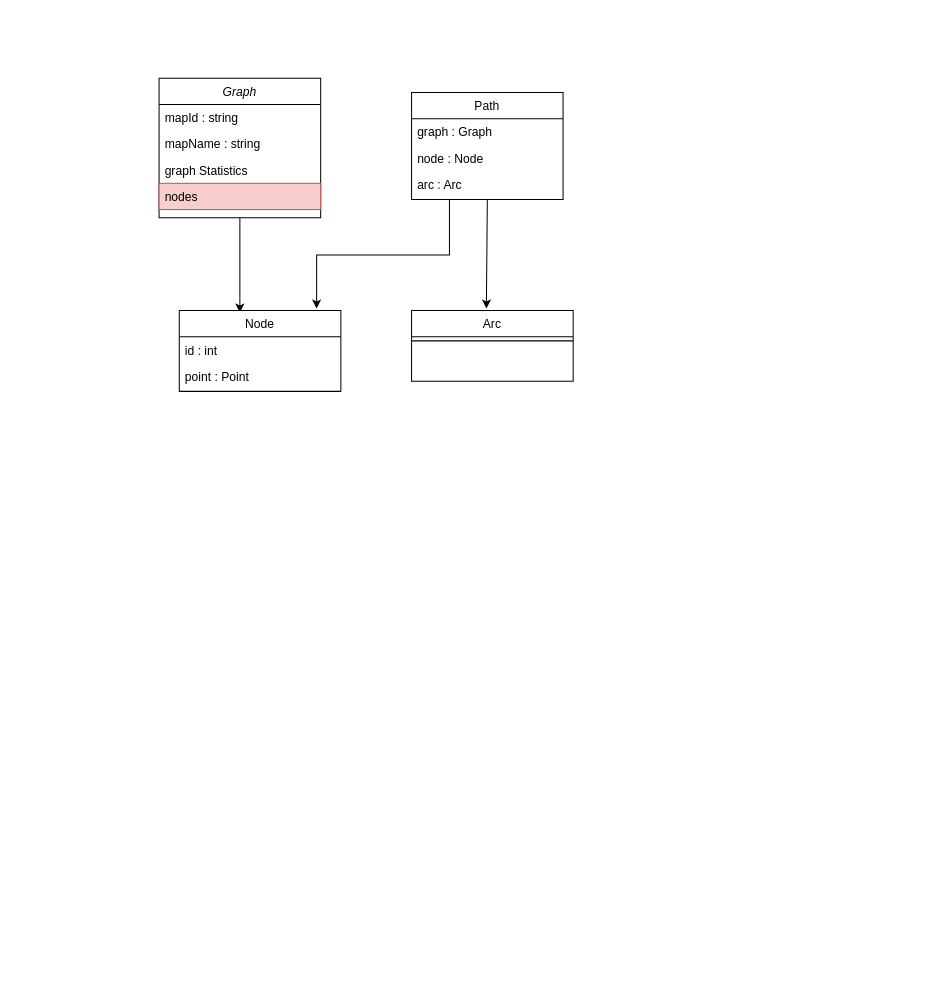
Earlier version of the draw.io diagram UML_BE_Graphes.drawio (leoniegtt/BE-Graphes). Source tidied: cells renumbered, new cells numbered last; positions are measured from the earlier drawing's top-left corner, leaving out a move shared by most shapes. Both pictures are drawn from the tidied source at 101%, with x=0, y=0 at pixel (159, 78).
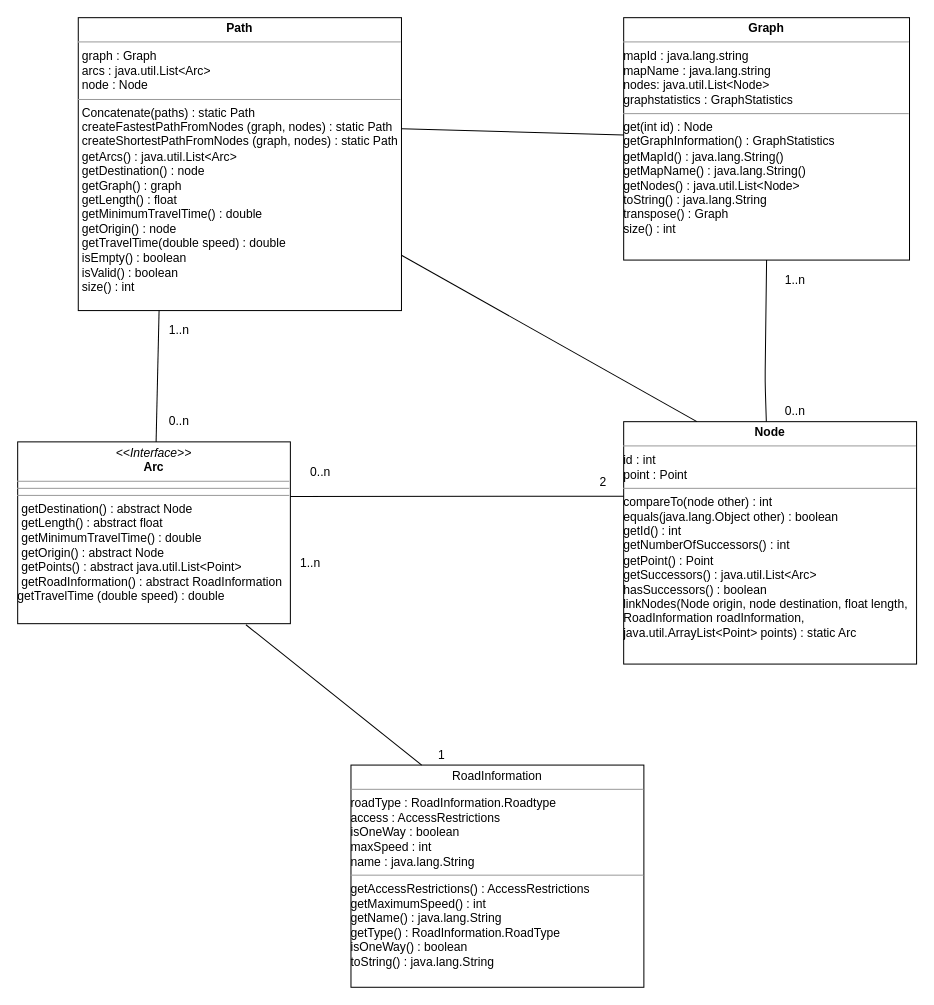
Above is the later version.

The edit, as a diff of the source:
```diff
@@
-    <mxCell id="2" style="edgeStyle=orthogonalEdgeStyle;rounded=0;jettySize=auto;html=1;exitX=0.5;exitY=1;exitDx=0;exitDy=0;entryX=0.375;entryY=0.025;entryDx=0;entryDy=0;entryPerimeter=0;" parent="1" edge="1" source="3" target="8">
-      <mxGeometry relative="1" as="geometry" />
-    </mxCell>
-    <mxCell id="3" value="Graph&#10;" style="swimlane;fontStyle=2;align=center;verticalAlign=top;horizontal=1;startSize=26;rounded=0;shadow=0;strokeWidth=1;" parent="1" vertex="1">
-      <mxGeometry width="160" height="138" as="geometry" />
-    </mxCell>
-    <mxCell id="4" value="mapId : string&#10;&#10;" style="text;align=left;verticalAlign=top;spacingLeft=4;spacingRight=4;overflow=hidden;" parent="3" vertex="1">
-      <mxGeometry y="26" width="160" height="26" as="geometry" />
-    </mxCell>
-    <mxCell id="5" value="mapName : string&#10;" style="text;align=left;verticalAlign=top;spacingLeft=4;spacingRight=4;overflow=hidden;rounded=0;shadow=0;html=0;" parent="3" vertex="1">
-      <mxGeometry y="52" width="160" height="26" as="geometry" />
-    </mxCell>
-    <mxCell id="6" value="graph Statistics" style="text;align=left;verticalAlign=top;spacingLeft=4;spacingRight=4;overflow=hidden;rounded=0;shadow=0;html=0;" parent="3" vertex="1">
-      <mxGeometry y="78" width="160" height="26" as="geometry" />
-    </mxCell>
-    <mxCell id="7" value="nodes" style="text;align=left;verticalAlign=top;spacingLeft=4;spacingRight=4;overflow=hidden;fillColor=#f8cecc;strokeColor=#b85450;" parent="3" vertex="1">
-      <mxGeometry y="104" width="160" height="26" as="geometry" />
-    </mxCell>
-    <mxCell id="8" value="Node" style="swimlane;fontStyle=0;align=center;verticalAlign=top;horizontal=1;startSize=26;rounded=0;shadow=0;strokeWidth=1;" parent="1" vertex="1">
-      <mxGeometry x="20" y="230" width="160" height="80" as="geometry" />
-    </mxCell>
-    <mxCell id="9" value="id : int&#10;" style="text;align=left;verticalAlign=top;spacingLeft=4;spacingRight=4;overflow=hidden;" parent="8" vertex="1">
-      <mxGeometry y="26" width="160" height="26" as="geometry" />
-    </mxCell>
-    <mxCell id="10" value="point : Point&#10;" style="text;align=left;verticalAlign=top;spacingLeft=4;spacingRight=4;overflow=hidden;rounded=0;shadow=0;html=0;" parent="8" vertex="1">
-      <mxGeometry y="52" width="160" height="26" as="geometry" />
-    </mxCell>
-    <mxCell id="11" value="Arc" style="swimlane;fontStyle=0;align=center;verticalAlign=top;horizontal=1;startSize=26;rounded=0;shadow=0;strokeWidth=1;" parent="1" vertex="1">
-      <mxGeometry x="250" y="230" width="160" height="70" as="geometry" />
-    </mxCell>
-    <mxCell id="12" style="line;html=1;strokeWidth=1;align=left;verticalAlign=middle;spacingTop=-1;spacingLeft=3;spacingRight=3;labelPosition=right;" parent="11" vertex="1">
-      <mxGeometry y="26" width="160" height="8" as="geometry" />
-    </mxCell>
-    <mxCell id="13" style="edgeStyle=orthogonalEdgeStyle;rounded=0;jettySize=auto;html=1;entryX=0.463;entryY=-0.029;entryDx=0;entryDy=0;entryPerimeter=0;exitX=0.5;exitY=1;exitDx=0;exitDy=0;" parent="1" edge="1" source="15" target="11">
-      <mxGeometry relative="1" as="geometry">
-        <Array as="points">
-          <mxPoint x="324" y="120" />
-        </Array>
-      </mxGeometry>
-    </mxCell>
-    <mxCell id="14" style="edgeStyle=orthogonalEdgeStyle;rounded=0;jettySize=auto;html=1;exitX=0.25;exitY=1;exitDx=0;exitDy=0;entryX=0.85;entryY=-0.025;entryDx=0;entryDy=0;entryPerimeter=0;" parent="1" edge="1" source="15" target="8">
-      <mxGeometry relative="1" as="geometry" />
-    </mxCell>
-    <mxCell id="15" value="Path" style="swimlane;fontStyle=0;align=center;verticalAlign=top;horizontal=1;startSize=26;rounded=0;shadow=0;strokeWidth=1;" parent="1" vertex="1">
-      <mxGeometry x="250" y="14" width="150" height="106" as="geometry" />
-    </mxCell>
-    <mxCell id="16" value="graph : Graph&#10;" style="text;align=left;verticalAlign=top;spacingLeft=4;spacingRight=4;overflow=hidden;" parent="15" vertex="1">
-      <mxGeometry y="26" width="150" height="26" as="geometry" />
-    </mxCell>
-    <mxCell id="17" value="node : Node&#10;" style="text;align=left;verticalAlign=top;spacingLeft=4;spacingRight=4;overflow=hidden;rounded=0;shadow=0;html=0;" parent="15" vertex="1">
-      <mxGeometry y="52" width="150" height="26" as="geometry" />
-    </mxCell>
-    <mxCell id="18" value="arc : Arc&#10;" style="text;align=left;verticalAlign=top;spacingLeft=4;spacingRight=4;overflow=hidden;rounded=0;shadow=0;html=0;" parent="15" vertex="1">
-      <mxGeometry y="78" width="150" height="26" as="geometry" />
-    </mxCell>
+    <mxCell id="19" value="&lt;p style=&quot;margin: 0px ; margin-top: 4px ; text-align: center&quot;&gt;&lt;b&gt;Path&lt;/b&gt;&lt;br&gt;&lt;/p&gt;&lt;hr size=&quot;1&quot;&gt;&lt;p style=&quot;margin: 0px ; margin-left: 4px&quot;&gt;graph : Graph&lt;/p&gt;&lt;p style=&quot;margin: 0px ; margin-left: 4px&quot;&gt;arcs : java.util.List&amp;lt;Arc&amp;gt;&lt;/p&gt;&lt;p style=&quot;margin: 0px ; margin-left: 4px&quot;&gt;node : Node&lt;br&gt;&lt;/p&gt;&lt;hr size=&quot;1&quot;&gt;&lt;p style=&quot;margin: 0px ; margin-left: 4px&quot;&gt;Concatenate(paths) : static Path&lt;/p&gt;&lt;p style=&quot;margin: 0px ; margin-left: 4px&quot;&gt;createFastestPathFromNodes (graph, nodes) : static Path&lt;/p&gt;&lt;p style=&quot;margin: 0px ; margin-left: 4px&quot;&gt;createShortestPathFromNodes (graph, nodes) : static Path&lt;/p&gt;&lt;p style=&quot;margin: 0px ; margin-left: 4px&quot;&gt;getArcs() : java.util.List&amp;lt;Arc&amp;gt;&lt;/p&gt;&lt;p style=&quot;margin: 0px ; margin-left: 4px&quot;&gt;getDestination() : node&lt;/p&gt;&lt;p style=&quot;margin: 0px ; margin-left: 4px&quot;&gt;getGraph() : graph&lt;/p&gt;&lt;p style=&quot;margin: 0px ; margin-left: 4px&quot;&gt;getLength() : float&lt;/p&gt;&lt;p style=&quot;margin: 0px ; margin-left: 4px&quot;&gt;getMinimumTravelTime() : double&lt;/p&gt;&lt;p style=&quot;margin: 0px ; margin-left: 4px&quot;&gt;getOrigin() : node&lt;/p&gt;&lt;p style=&quot;margin: 0px ; margin-left: 4px&quot;&gt;getTravelTime(double speed) : double&lt;/p&gt;&lt;p style=&quot;margin: 0px ; margin-left: 4px&quot;&gt;isEmpty() : boolean&lt;/p&gt;&lt;p style=&quot;margin: 0px ; margin-left: 4px&quot;&gt;isValid() : boolean&lt;/p&gt;&lt;p style=&quot;margin: 0px ; margin-left: 4px&quot;&gt;size() : int&lt;br&gt;&lt;/p&gt;&lt;p style=&quot;margin: 0px ; margin-left: 4px&quot;&gt;&lt;br&gt;&lt;/p&gt;" style="verticalAlign=top;align=left;overflow=fill;fontSize=12;fontFamily=Helvetica;html=1;" parent="1" vertex="1">
+      <mxGeometry x="-80" y="-60" width="320" height="290" as="geometry" />
+    </mxCell>
+    <mxCell id="20" value="&lt;p style=&quot;margin: 0px ; margin-top: 4px ; text-align: center&quot;&gt;&lt;b&gt;Node&lt;/b&gt;&lt;br&gt;&lt;/p&gt;&lt;hr size=&quot;1&quot;&gt;&lt;div&gt;id : int&lt;/div&gt;&lt;div&gt;point : Point&lt;br&gt;&lt;/div&gt;&lt;hr size=&quot;1&quot;&gt;&lt;div&gt;compareTo(node other) : int&lt;/div&gt;&lt;div&gt;equals(java.lang.Object other) : boolean&lt;/div&gt;&lt;div&gt;getId() : int&lt;/div&gt;&lt;div&gt;getNumberOfSuccessors() : int&lt;/div&gt;&lt;div&gt;getPoint() : Point&lt;/div&gt;&lt;div&gt;getSuccessors() : java.util.List&amp;lt;Arc&amp;gt;&lt;/div&gt;&lt;div&gt;hasSuccessors() : boolean&lt;/div&gt;&lt;div&gt;linkNodes(Node origin, node destination, float length, &lt;br&gt;&lt;/div&gt;&lt;div&gt;RoadInformation roadInformation, &lt;br&gt;&lt;/div&gt;&lt;div&gt;java.util.ArrayList&amp;lt;Point&amp;gt; points) : static Arc&lt;br&gt;&lt;/div&gt;&lt;font face=&quot;Helvetica&quot;&gt;&lt;code&gt;&lt;/code&gt;&lt;/font&gt;" style="verticalAlign=top;align=left;overflow=fill;fontSize=12;fontFamily=Helvetica;html=1;" parent="1" vertex="1">
+      <mxGeometry x="460" y="340" width="290" height="240" as="geometry" />
+    </mxCell>
+    <mxCell id="21" value="&lt;p style=&quot;margin: 0px ; margin-top: 4px ; text-align: center&quot;&gt;&lt;b&gt;Graph&lt;/b&gt;&lt;br&gt;&lt;/p&gt;&lt;hr size=&quot;1&quot;&gt;&lt;div&gt;mapId : java.lang.string&lt;/div&gt;&lt;div&gt;mapName : java.lang.string&lt;/div&gt;&lt;div&gt;nodes: java.util.List&amp;lt;Node&amp;gt;&lt;/div&gt;&lt;div&gt;graphstatistics : GraphStatistics&lt;br&gt;&lt;/div&gt;&lt;hr size=&quot;1&quot;&gt;&lt;div&gt;get(int id) : Node&lt;/div&gt;&lt;div&gt;getGraphInformation() : GraphStatistics&lt;/div&gt;&lt;div&gt;getMapId() : java.lang.String()&lt;/div&gt;&lt;div&gt;getMapName() : java.lang.String()&lt;/div&gt;&lt;div&gt;getNodes() : java.util.List&amp;lt;Node&amp;gt;&lt;/div&gt;&lt;div&gt;toString() : java.lang.String&lt;/div&gt;&lt;div&gt;transpose() : Graph&lt;br&gt;&lt;/div&gt;&lt;div&gt;size() : int&lt;br&gt;&lt;/div&gt;&lt;p style=&quot;margin: 0px ; margin-left: 4px&quot;&gt;&lt;br&gt;&lt;/p&gt;" style="verticalAlign=top;align=left;overflow=fill;fontSize=12;fontFamily=Helvetica;html=1;" parent="1" vertex="1">
+      <mxGeometry x="460" y="-60" width="283" height="240" as="geometry" />
+    </mxCell>
+    <mxCell id="22" value="&lt;p style=&quot;margin: 0px ; margin-top: 4px ; text-align: center&quot;&gt;RoadInformation&lt;br&gt;&lt;/p&gt;&lt;hr size=&quot;1&quot;&gt;&lt;div&gt;roadType : RoadInformation.Roadtype&lt;/div&gt;&lt;div&gt;access : AccessRestrictions&lt;/div&gt;&lt;div&gt;isOneWay : boolean&lt;/div&gt;&lt;div&gt;maxSpeed : int&lt;/div&gt;&lt;div&gt;name : java.lang.String&lt;br&gt;&lt;/div&gt;&lt;hr size=&quot;1&quot;&gt;&lt;div&gt;getAccessRestrictions() : AccessRestrictions&lt;/div&gt;&lt;div&gt;getMaximumSpeed() : int&lt;/div&gt;&lt;div&gt;getName() : java.lang.String&lt;/div&gt;&lt;div&gt;getType() : RoadInformation.RoadType&lt;/div&gt;&lt;div&gt;isOneWay() : boolean&lt;/div&gt;&lt;div&gt;toString() : java.lang.String&lt;br&gt;&lt;font face=&quot;Helvetica&quot;&gt;&lt;code&gt;&lt;/code&gt;&lt;/font&gt;&lt;/div&gt;" style="verticalAlign=top;align=left;overflow=fill;fontSize=12;fontFamily=Helvetica;html=1;" parent="1" vertex="1">
+      <mxGeometry x="190" y="680" width="290" height="220" as="geometry" />
+    </mxCell>
+    <mxCell id="23" value="&lt;p style=&quot;margin: 0px ; margin-top: 4px ; text-align: center&quot;&gt;&lt;i&gt;&amp;lt;&amp;lt;Interface&amp;gt;&amp;gt;&lt;/i&gt;&lt;br&gt;&lt;b&gt;Arc&lt;/b&gt;&lt;/p&gt;&lt;hr size=&quot;1&quot;&gt;&lt;hr size=&quot;1&quot;&gt;&lt;hr size=&quot;1&quot;&gt;&lt;p style=&quot;margin: 0px ; margin-left: 4px&quot;&gt;getDestination() : abstract Node&lt;/p&gt;&lt;p style=&quot;margin: 0px ; margin-left: 4px&quot;&gt;getLength() : abstract float&lt;/p&gt;&lt;p style=&quot;margin: 0px ; margin-left: 4px&quot;&gt;getMinimumTravelTime() : double&lt;/p&gt;&lt;p style=&quot;margin: 0px ; margin-left: 4px&quot;&gt;getOrigin() : abstract Node&lt;/p&gt;&lt;p style=&quot;margin: 0px ; margin-left: 4px&quot;&gt;getPoints() : abstract java.util.List&amp;lt;Point&amp;gt;&lt;/p&gt;&lt;p style=&quot;margin: 0px ; margin-left: 4px&quot;&gt;getRoadInformation() : abstract RoadInformation&lt;/p&gt;getTravelTime (double speed) : double" style="verticalAlign=top;align=left;overflow=fill;fontSize=12;fontFamily=Helvetica;html=1;" parent="1" vertex="1">
+      <mxGeometry x="-140" y="360" width="270" height="180" as="geometry" />
+    </mxCell>
+    <mxCell id="24" value="&lt;div&gt;2&lt;/div&gt;" style="text;html=1;strokeColor=none;fillColor=none;align=center;verticalAlign=middle;whiteSpace=wrap;rounded=0;" parent="1" vertex="1">
+      <mxGeometry x="420" y="390" width="40" height="20" as="geometry" />
+    </mxCell>
+    <mxCell id="25" value="0..n" style="text;html=1;strokeColor=none;fillColor=none;align=center;verticalAlign=middle;whiteSpace=wrap;rounded=0;" parent="1" vertex="1">
+      <mxGeometry x="140" y="380" width="40" height="20" as="geometry" />
+    </mxCell>
+    <mxCell id="26" value="0..n" style="text;html=1;strokeColor=none;fillColor=none;align=center;verticalAlign=middle;whiteSpace=wrap;rounded=0;" parent="1" vertex="1">
+      <mxGeometry x="610" y="320" width="40" height="20" as="geometry" />
+    </mxCell>
+    <mxCell id="27" value="1..n" style="text;html=1;strokeColor=none;fillColor=none;align=center;verticalAlign=middle;whiteSpace=wrap;rounded=0;" parent="1" vertex="1">
+      <mxGeometry x="610" y="190" width="40" height="20" as="geometry" />
+    </mxCell>
+    <mxCell id="28" value="1..n" style="text;html=1;strokeColor=none;fillColor=none;align=center;verticalAlign=middle;whiteSpace=wrap;rounded=0;" parent="1" vertex="1">
+      <mxGeometry x="130" y="470" width="40" height="20" as="geometry" />
+    </mxCell>
+    <mxCell id="29" value="&lt;div&gt;1&lt;/div&gt;" style="text;html=1;strokeColor=none;fillColor=none;align=center;verticalAlign=middle;whiteSpace=wrap;rounded=0;" parent="1" vertex="1">
+      <mxGeometry x="260" y="660" width="40" height="20" as="geometry" />
+    </mxCell>
+    <mxCell id="30" style="endArrow=none;html=1;entryX=0;entryY=0.308;entryDx=0;entryDy=0;entryPerimeter=0;" parent="1" edge="1" target="20">
+      <mxGeometry relative="1" as="geometry">
+        <mxPoint x="130" y="414" as="sourcePoint" />
+      </mxGeometry>
+    </mxCell>
+    <mxCell id="31" style="endArrow=none;html=1;entryX=0;entryY=1;entryDx=0;entryDy=0;exitX=0.837;exitY=1.006;exitDx=0;exitDy=0;exitPerimeter=0;" parent="1" edge="1" source="23" target="29">
+      <mxGeometry relative="1" as="geometry" />
+    </mxCell>
+    <mxCell id="32" style="endArrow=none;html=1;exitX=0.25;exitY=1;exitDx=0;exitDy=0;" parent="1" edge="1" source="19" target="23">
+      <mxGeometry relative="1" as="geometry" />
+    </mxCell>
+    <mxCell id="33" style="endArrow=none;html=1;entryX=0.25;entryY=0;entryDx=0;entryDy=0;" parent="1" edge="1" source="19" target="20">
+      <mxGeometry relative="1" as="geometry" />
+    </mxCell>
+    <mxCell id="34" style="endArrow=none;html=1;exitX=0.5;exitY=1;exitDx=0;exitDy=0;" parent="1" edge="1" source="21" target="20">
+      <mxGeometry relative="1" as="geometry">
+        <Array as="points">
+          <mxPoint x="600" y="300" />
+        </Array>
+      </mxGeometry>
+    </mxCell>
+    <mxCell id="35" value="1..n" style="text;html=1;strokeColor=none;fillColor=none;align=center;verticalAlign=middle;whiteSpace=wrap;rounded=0;" parent="1" vertex="1">
+      <mxGeometry y="240" width="40" height="20" as="geometry" />
+    </mxCell>
+    <mxCell id="36" value="0..n" style="text;html=1;strokeColor=none;fillColor=none;align=center;verticalAlign=middle;whiteSpace=wrap;rounded=0;" parent="1" vertex="1">
+      <mxGeometry y="330" width="40" height="20" as="geometry" />
+    </mxCell>
+    <mxCell id="37" style="endArrow=none;html=1;" parent="1" edge="1" target="21">
+      <mxGeometry relative="1" as="geometry">
+        <mxPoint x="240" y="50" as="sourcePoint" />
+      </mxGeometry>
+    </mxCell>
```
